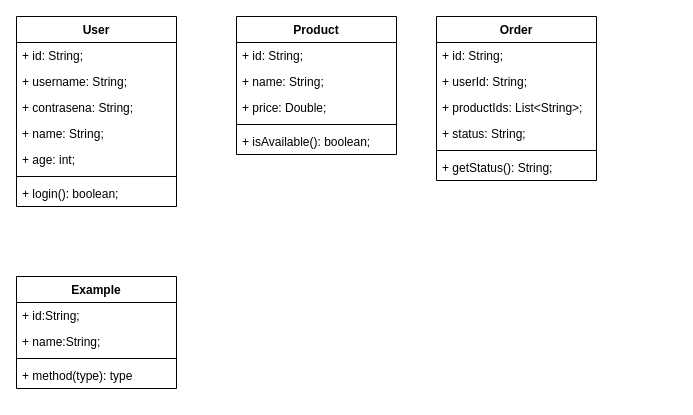
The draw.io diagram EXTRA_RESOURCES/GCA/input/class.drawio in felipedelosh/SpringBOOTBlankProject, before the edit. Source tidied: cells renumbered, new cells numbered last; positions are measured from the earlier drawing's top-left corner, leaving out a move shared by most shapes. Both pictures are drawn from the tidied source at 100%, with x=0, y=0 at pixel (16, 16).
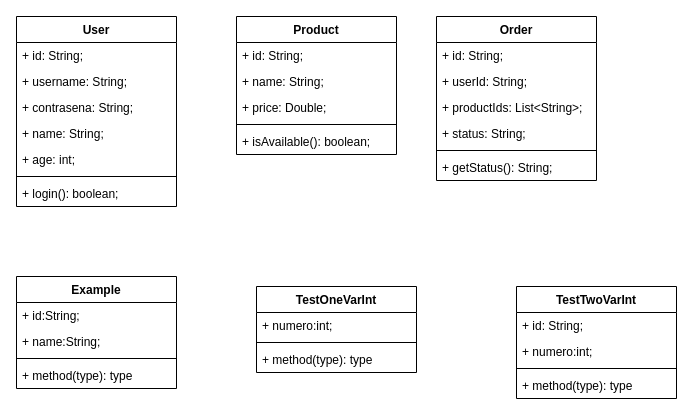
Above is the later version.

Diff of the diagram source:
```diff
@@
+    <mxCell id="28" value="TestOneVarInt" style="swimlane;fontStyle=1;align=center;verticalAlign=top;horizontal=1;startSize=26;" parent="1" vertex="1">
+      <mxGeometry x="240" y="270" width="160" height="86" as="geometry" />
+    </mxCell>
+    <mxCell id="29" value="+ numero:int;" style="text;strokeColor=none;fillColor=none;align=left;verticalAlign=top;spacingLeft=4;spacingRight=4;overflow=hidden;" parent="28" vertex="1">
+      <mxGeometry y="26" width="160" height="26" as="geometry" />
+    </mxCell>
+    <mxCell id="30" style="line;strokeWidth=1;fillColor=none;align=left;verticalAlign=middle;spacingTop=-1;spacingLeft=3;spacingRight=3;labelPosition=right;strokeColor=inherit;" parent="28" vertex="1">
+      <mxGeometry y="52" width="160" height="8" as="geometry" />
+    </mxCell>
+    <mxCell id="31" value="+ method(type): type" style="text;strokeColor=none;fillColor=none;align=left;verticalAlign=top;spacingLeft=4;spacingRight=4;overflow=hidden;" parent="28" vertex="1">
+      <mxGeometry y="60" width="160" height="26" as="geometry" />
+    </mxCell>
+    <mxCell id="32" value="TestTwoVarInt" style="swimlane;fontStyle=1;align=center;verticalAlign=top;horizontal=1;startSize=26;" parent="1" vertex="1">
+      <mxGeometry x="500" y="270" width="160" height="112" as="geometry" />
+    </mxCell>
+    <mxCell id="33" value="+ id: String;" style="text;strokeColor=none;fillColor=none;align=left;verticalAlign=top;spacingLeft=4;spacingRight=4;overflow=hidden;" parent="32" vertex="1">
+      <mxGeometry y="26" width="160" height="26" as="geometry" />
+    </mxCell>
+    <mxCell id="34" value="+ numero:int;" style="text;strokeColor=none;fillColor=none;align=left;verticalAlign=top;spacingLeft=4;spacingRight=4;overflow=hidden;" parent="32" vertex="1">
+      <mxGeometry y="52" width="160" height="26" as="geometry" />
+    </mxCell>
+    <mxCell id="35" style="line;strokeWidth=1;fillColor=none;align=left;verticalAlign=middle;spacingTop=-1;spacingLeft=3;spacingRight=3;labelPosition=right;strokeColor=inherit;" parent="32" vertex="1">
+      <mxGeometry y="78" width="160" height="8" as="geometry" />
+    </mxCell>
+    <mxCell id="36" value="+ method(type): type" style="text;strokeColor=none;fillColor=none;align=left;verticalAlign=top;spacingLeft=4;spacingRight=4;overflow=hidden;" parent="32" vertex="1">
+      <mxGeometry y="86" width="160" height="26" as="geometry" />
+    </mxCell>
```
